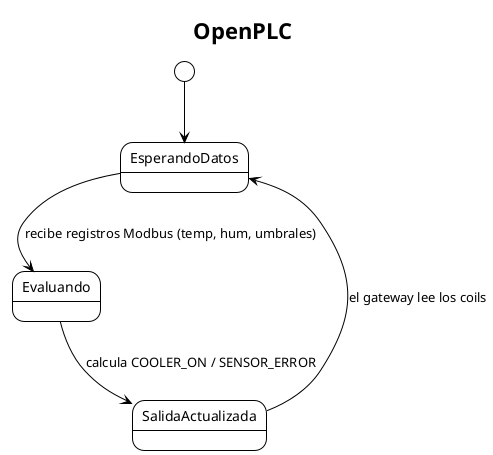
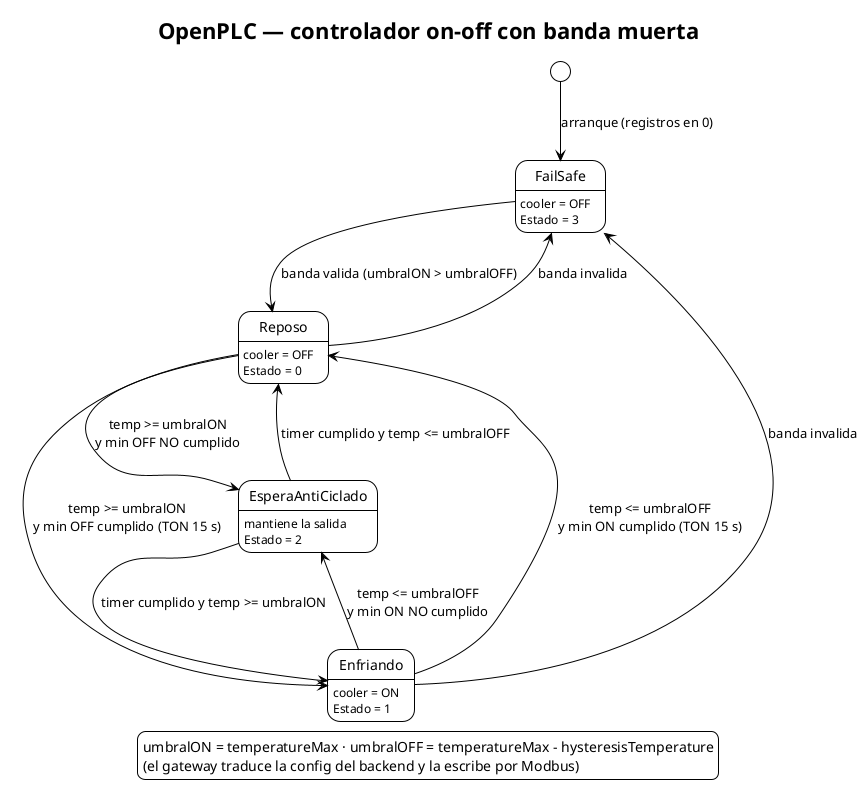
@startuml state_openplc
!theme plain
skinparam backgroundColor #FFFFFF
skinparam shadowing false
- ' Diagrama de maquina de estados (UML) — OpenPLC.
- title OpenPLC
+ ' Diagrama de maquina de estados (UML) — controlador en OpenPLC (control_histeresis.st).
+ ' Estado (HR10): 0=Reposo, 1=Enfriando, 2=EsperaAntiCiclado, 3=FailSafe.
+ title OpenPLC — controlador on-off con banda muerta

- [*] --> EsperandoDatos
- EsperandoDatos --> Evaluando : recibe registros Modbus (temp, hum, umbrales)
- Evaluando --> SalidaActualizada : calcula COOLER_ON / SENSOR_ERROR
- SalidaActualizada --> EsperandoDatos : el gateway lee los coils
+ [*] --> FailSafe : arranque (registros en 0)
+ FailSafe : cooler = OFF
+ FailSafe : Estado = 3
+ FailSafe --> Reposo : banda valida (umbralON > umbralOFF)
+ 
+ Reposo : cooler = OFF
+ Reposo : Estado = 0
+ Enfriando : cooler = ON
+ Enfriando : Estado = 1
+ EsperaAntiCiclado : mantiene la salida
+ EsperaAntiCiclado : Estado = 2
+ 
+ Reposo --> Enfriando : temp >= umbralON\ny min OFF cumplido (TON 15 s)
+ Reposo --> EsperaAntiCiclado : temp >= umbralON\ny min OFF NO cumplido
+ Enfriando --> Reposo : temp <= umbralOFF\ny min ON cumplido (TON 15 s)
+ Enfriando --> EsperaAntiCiclado : temp <= umbralOFF\ny min ON NO cumplido
+ EsperaAntiCiclado --> Enfriando : timer cumplido y temp >= umbralON
+ EsperaAntiCiclado --> Reposo : timer cumplido y temp <= umbralOFF
+ 
+ Reposo --> FailSafe : banda invalida
+ Enfriando --> FailSafe : banda invalida
+ 
+ legend bottom
+   umbralON = temperatureMax · umbralOFF = temperatureMax - hysteresisTemperature
+   (el gateway traduce la config del backend y la escribe por Modbus)
+ endlegend
@enduml
